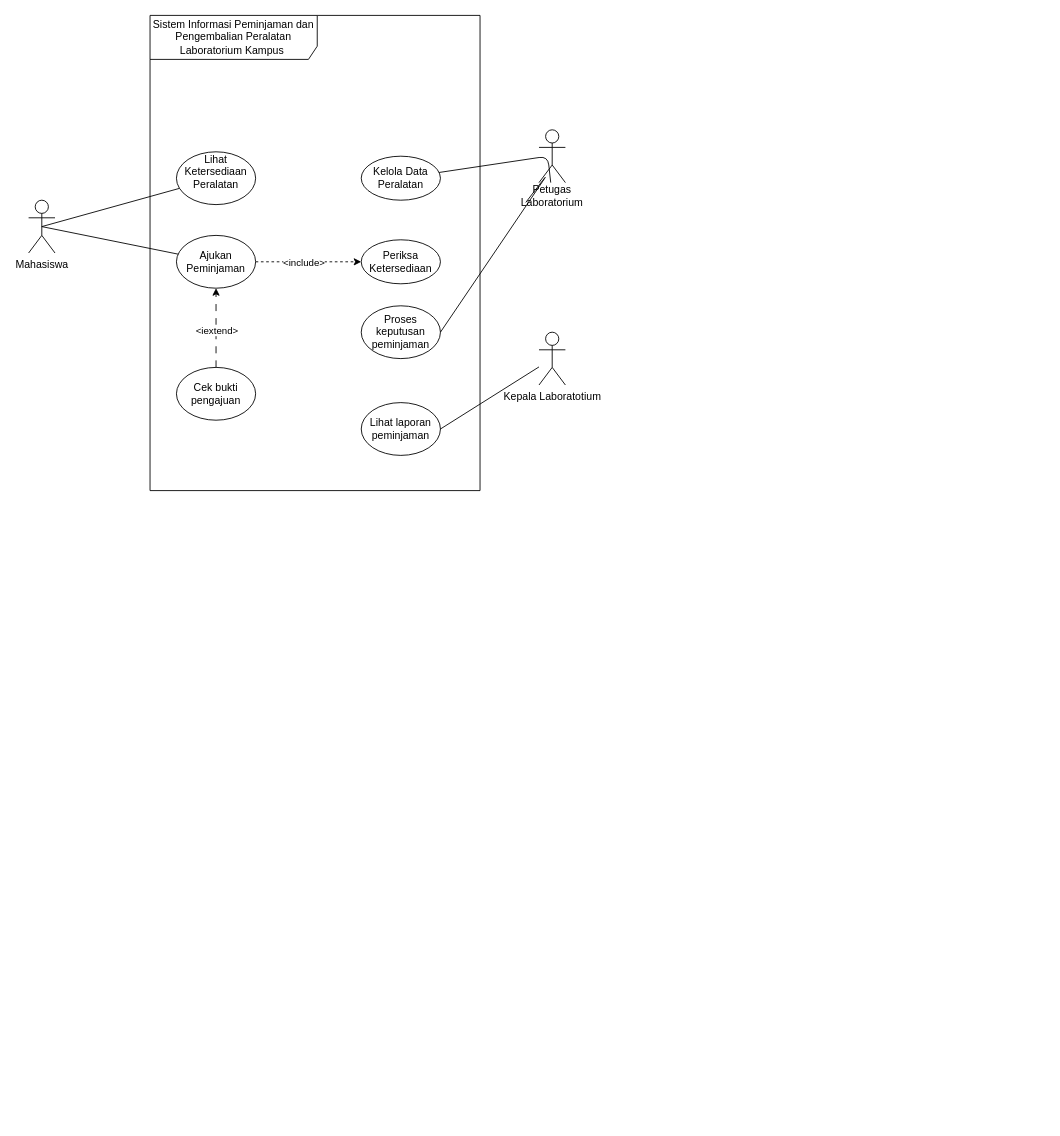
This is page "Page-1" (1 of 2) of 03_latihan_tools/P03/LAB/P04_2406069_LAB_usecase_v01.drawio from bylall/IFRWP5149_2406069_LabAlat, a draw.io file, before an edit. Source tidied: cells renumbered, new cells numbered last; positions are measured from the earlier drawing's top-left corner, leaving out a move shared by most shapes. Both pictures are drawn from the tidied source at 88%, with x=0, y=0 at pixel (28, 15).
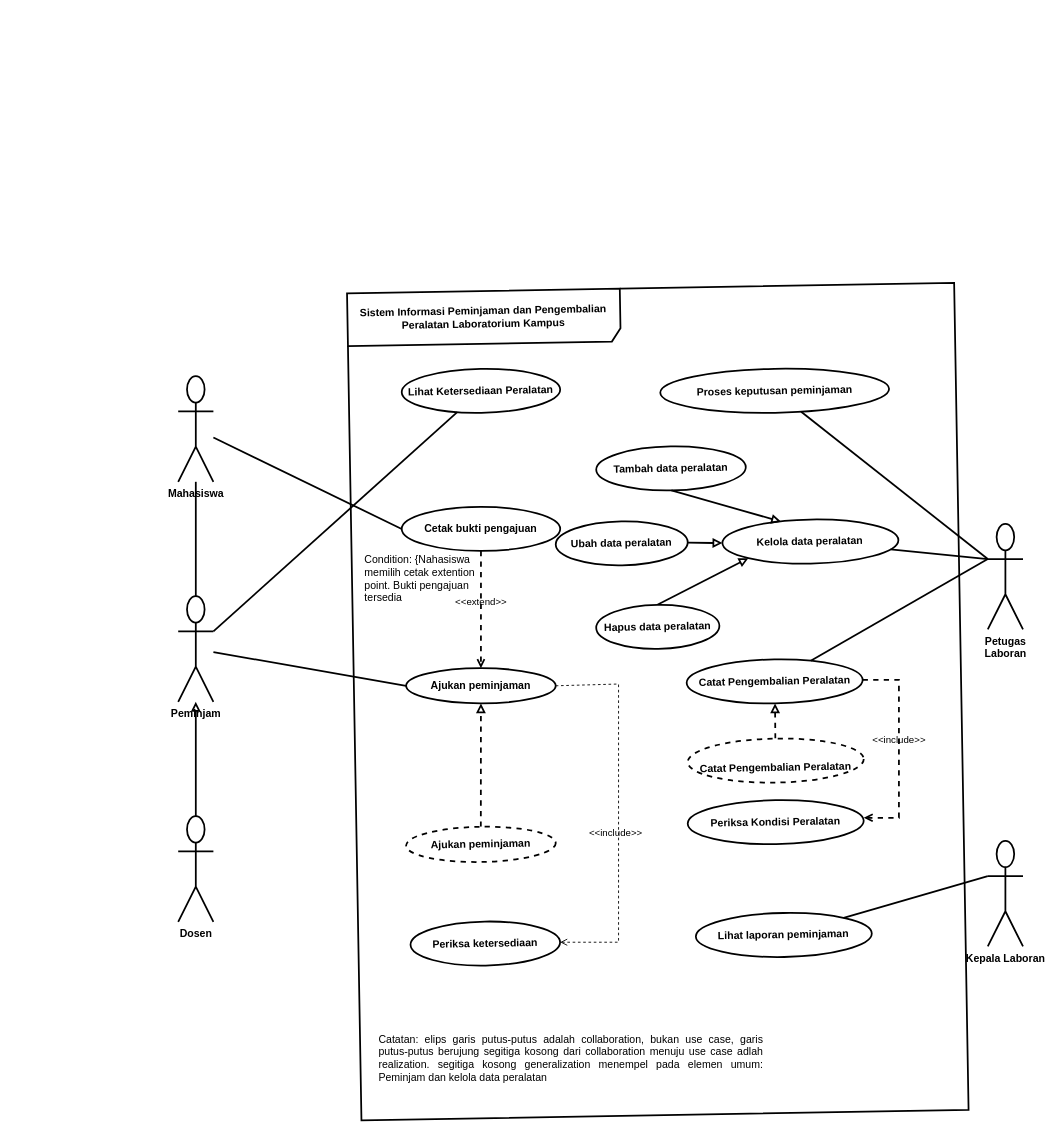
The same page after the edit.

What changed in the source:
```diff
@@
-    <mxCell id="2" value="Sistem Informasi Peminjaman dan Pengembalian Peralatan Laboratorium Kampus&amp;nbsp;" style="shape=umlFrame;whiteSpace=wrap;html=1;width=190;height=50;" parent="1" vertex="1">
-      <mxGeometry x="138" width="375" height="540" as="geometry" />
+    <mxCell id="2" value="Sistem Informasi Peminjaman dan Pengembalian Peralatan Laboratorium Kampus" style="shape=umlFrame;whiteSpace=wrap;html=1;width=310;fontStyle=1;strokeWidth=2;height=60;rotation=-1;" parent="1" vertex="1">
+      <mxGeometry x="370" y="309.8" width="690" height="940" as="geometry" />
     </mxCell>
-    <mxCell id="3" value="Lihat Ketersediaan Peralatan&lt;div&gt;&lt;br&gt;&lt;/div&gt;" style="ellipse;html=1;whiteSpace=wrap;" parent="2" vertex="1">
-      <mxGeometry x="30" y="155" width="90" height="60" as="geometry" />
+    <mxCell id="3" value="Lihat Ketersediaan Peralatan" style="ellipse;whiteSpace=wrap;html=1;shapeInside=1;fontStyle=1;strokeWidth=2;rotation=-1;" parent="2" vertex="1">
+      <mxGeometry x="54" y="91.8" width="180.1" height="50" as="geometry" />
     </mxCell>
-    <mxCell id="4" value="Kelola Data Peralatan" style="ellipse;html=1;whiteSpace=wrap;" parent="2" vertex="1">
-      <mxGeometry x="240" y="160" width="90" height="50" as="geometry" />
-    </mxCell>
-    <mxCell id="5" style="edgeStyle=none;html=1;dashed=1;" parent="2" edge="1" source="7" target="11">
-      <mxGeometry relative="1" as="geometry" />
-    </mxCell>
-    <mxCell id="6" value="&amp;lt;include&amp;gt;" style="edgeLabel;html=1;align=center;verticalAlign=middle;" parent="5" vertex="1">
-      <mxGeometry x="-0.1" y="-3" relative="1" as="geometry">
-        <mxPoint y="-3" as="offset" />
-      </mxGeometry>
-    </mxCell>
-    <mxCell id="7" value="Ajukan Peminjaman" style="ellipse;html=1;whiteSpace=wrap;" parent="2" vertex="1">
-      <mxGeometry x="30" y="250" width="90" height="60" as="geometry" />
-    </mxCell>
-    <mxCell id="8" style="edgeStyle=none;html=1;dashed=1;dashPattern=8 8;" parent="2" edge="1" source="10" target="7">
-      <mxGeometry relative="1" as="geometry" />
-    </mxCell>
-    <mxCell id="9" value="&amp;lt;iextend&amp;gt;" style="edgeLabel;html=1;align=center;verticalAlign=middle;" parent="8" vertex="1">
-      <mxGeometry x="-0.04" relative="1" as="geometry" />
-    </mxCell>
-    <mxCell id="10" value="Cek bukti pengajuan" style="ellipse;html=1;whiteSpace=wrap;" parent="2" vertex="1">
-      <mxGeometry x="30" y="400" width="90" height="60" as="geometry" />
-    </mxCell>
-    <mxCell id="11" value="Periksa Ketersediaan" style="ellipse;html=1;whiteSpace=wrap;" parent="2" vertex="1">
-      <mxGeometry x="240" y="255" width="90" height="50" as="geometry" />
-    </mxCell>
+    <mxCell id="23" value="Ajukan peminjaman" style="ellipse;whiteSpace=wrap;html=1;shapeInside=1;fontStyle=1;strokeWidth=2;rotation=0;" parent="2" vertex="1">
+      <mxGeometry x="59" y="432" width="170" height="40" as="geometry" />
+    </mxCell>
+    <mxCell id="24" value="Kelola data peralatan" style="ellipse;whiteSpace=wrap;html=1;shapeInside=1;fontStyle=1;strokeWidth=2;rotation=-1;" parent="2" vertex="1">
+      <mxGeometry x="418.4" y="263.1" width="200" height="50" as="geometry" />
+    </mxCell>
+    <mxCell id="25" value="Periksa ketersediaan" style="ellipse;whiteSpace=wrap;html=1;shapeInside=1;fontStyle=1;strokeWidth=2;rotation=-1;" parent="2" vertex="1">
+      <mxGeometry x="64" y="719.9" width="170" height="50" as="geometry" />
+    </mxCell>
+    <mxCell id="13" value="Lihat laporan peminjaman" style="ellipse;whiteSpace=wrap;html=1;shapeInside=1;fontStyle=1;strokeWidth=2;rotation=-1;" parent="2" vertex="1">
+      <mxGeometry x="388.2" y="710.2" width="200" height="50" as="geometry" />
+    </mxCell>
-    <mxCell id="12" value="Proses keputusan peminjaman" style="ellipse;html=1;whiteSpace=wrap;" parent="2" vertex="1">
-      <mxGeometry x="240" y="330" width="90" height="60" as="geometry" />
+    <mxCell id="12" value="Proses keputusan peminjaman" style="ellipse;whiteSpace=wrap;html=1;shapeInside=1;fontStyle=1;strokeWidth=2;rotation=-1;" parent="2" vertex="1">
+      <mxGeometry x="347.8" y="91.8" width="260" height="50" as="geometry" />
     </mxCell>
-    <mxCell id="13" value="Lihat laporan peminjaman" style="ellipse;html=1;whiteSpace=wrap;" parent="2" vertex="1">
-      <mxGeometry x="240" y="440" width="90" height="60" as="geometry" />
-    </mxCell>
-    <mxCell id="14" style="edgeStyle=none;html=1;exitX=0.5;exitY=0.5;exitDx=0;exitDy=0;exitPerimeter=0;endArrow=none;endFill=0;" parent="1" edge="1" source="16" target="3">
-      <mxGeometry relative="1" as="geometry" />
-    </mxCell>
-    <mxCell id="15" style="edgeStyle=none;html=1;exitX=0.5;exitY=0.5;exitDx=0;exitDy=0;exitPerimeter=0;endArrow=none;endFill=0;" parent="1" edge="1" source="16" target="7">
-      <mxGeometry relative="1" as="geometry" />
-    </mxCell>
+    <mxCell id="26" value="Cetak bukti pengajuan" style="ellipse;whiteSpace=wrap;html=1;shapeInside=1;fontStyle=1;strokeWidth=2;" parent="2" vertex="1">
+      <mxGeometry x="54" y="248.8" width="180.1" height="50" as="geometry" />
+    </mxCell>
+    <mxCell id="27" value="&amp;lt;&amp;lt;extend&amp;gt;&amp;gt;" style="html=1;verticalAlign=bottom;labelBackgroundColor=none;endArrow=open;endFill=0;dashed=1;rounded=0;exitX=0.5;exitY=1;exitDx=0;exitDy=0;entryX=0.5;entryY=0;entryDx=0;entryDy=0;strokeWidth=2;" parent="2" edge="1" source="26" target="23">
+      <mxGeometry relative="1" as="geometry" />
+    </mxCell>
+    <mxCell id="28" style="edgeStyle=none;html=1;entryX=0;entryY=1;entryDx=0;entryDy=0;endArrow=block;endFill=0;exitX=0.5;exitY=0;exitDx=0;exitDy=0;strokeWidth=2;" parent="2" edge="1" source="29" target="24">
+      <mxGeometry relative="1" as="geometry" />
+    </mxCell>
+    <mxCell id="29" value="Hapus data peralatan" style="ellipse;whiteSpace=wrap;html=1;shapeInside=1;fontStyle=1;strokeWidth=2;rotation=-1;" parent="2" vertex="1">
+      <mxGeometry x="275" y="360" width="140" height="50" as="geometry" />
+    </mxCell>
+    <mxCell id="30" style="edgeStyle=none;html=1;entryX=0;entryY=0.5;entryDx=0;entryDy=0;endArrow=block;endFill=0;strokeWidth=2;" parent="2" edge="1" source="31" target="24">
+      <mxGeometry relative="1" as="geometry" />
+    </mxCell>
+    <mxCell id="31" value="Ubah data peralatan" style="ellipse;whiteSpace=wrap;html=1;shapeInside=1;fontStyle=1;strokeWidth=2;rotation=-1;" parent="2" vertex="1">
+      <mxGeometry x="229" y="265.1" width="150" height="50" as="geometry" />
+    </mxCell>
+    <mxCell id="32" value="Tambah data peralatan" style="ellipse;whiteSpace=wrap;html=1;shapeInside=1;fontStyle=1;strokeWidth=2;rotation=-1;" parent="2" vertex="1">
+      <mxGeometry x="275" y="180" width="170" height="50" as="geometry" />
+    </mxCell>
+    <mxCell id="33" style="edgeStyle=none;html=1;dashed=1;endArrow=block;endFill=0;strokeWidth=2;" parent="2" edge="1" source="34" target="23">
+      <mxGeometry relative="1" as="geometry" />
+    </mxCell>
+    <mxCell id="34" value="Ajukan peminjaman" style="ellipse;whiteSpace=wrap;html=1;shapeInside=1;fontStyle=1;strokeWidth=2;rotation=-1;dashed=1;" parent="2" vertex="1">
+      <mxGeometry x="59" y="612.2" width="170" height="40" as="geometry" />
+    </mxCell>
+    <mxCell id="35" value="Catat Pengembalian Peralatan" style="ellipse;whiteSpace=wrap;html=1;shapeInside=1;fontStyle=1;strokeWidth=2;rotation=-1;" parent="2" vertex="1">
+      <mxGeometry x="377.8" y="422" width="200" height="50" as="geometry" />
+    </mxCell>
+    <mxCell id="36" style="edgeStyle=none;html=1;entryX=0.335;entryY=0.035;entryDx=0;entryDy=0;entryPerimeter=0;endArrow=block;endFill=0;exitX=0.5;exitY=1;exitDx=0;exitDy=0;strokeWidth=2;" parent="2" edge="1" source="32" target="24">
+      <mxGeometry relative="1" as="geometry" />
+    </mxCell>
+    <mxCell id="37" style="edgeStyle=none;html=1;dashed=1;endArrow=block;endFill=0;strokeWidth=2;" parent="2" edge="1" source="38" target="35">
+      <mxGeometry relative="1" as="geometry" />
+    </mxCell>
+    <mxCell id="38" value="&lt;br&gt;Catat Pengembalian Peralatan" style="ellipse;whiteSpace=wrap;html=1;shapeInside=1;fontStyle=1;strokeWidth=2;rotation=-1;dashed=1;" parent="2" vertex="1">
+      <mxGeometry x="379" y="512" width="200" height="50" as="geometry" />
+    </mxCell>
+    <mxCell id="39" value="Periksa Kondisi Peralatan" style="ellipse;whiteSpace=wrap;html=1;shapeInside=1;fontStyle=1;strokeWidth=2;rotation=-1;" parent="2" vertex="1">
+      <mxGeometry x="379" y="582" width="200" height="50" as="geometry" />
+    </mxCell>
+    <mxCell id="40" value="&amp;lt;&amp;lt;include&amp;gt;&amp;gt;" style="html=1;verticalAlign=bottom;labelBackgroundColor=none;endArrow=open;endFill=0;dashed=1;exitX=1;exitY=0.5;exitDx=0;exitDy=0;rounded=0;curved=0;strokeWidth=2;" parent="2" edge="1" source="35">
+      <mxGeometry x="-0.01" relative="1" as="geometry">
+        <mxPoint x="579" y="602" as="targetPoint" />
+        <Array as="points">
+          <mxPoint x="619" y="445.3" />
+          <mxPoint x="619" y="522" />
+          <mxPoint x="619" y="602" />
+        </Array>
+      </mxGeometry>
+    </mxCell>
+    <mxCell id="41" value="&amp;lt;&amp;lt;include&amp;gt;&amp;gt;" style="html=1;verticalAlign=bottom;labelBackgroundColor=none;endArrow=open;endFill=0;dashed=1;exitX=1;exitY=0.5;exitDx=0;exitDy=0;entryX=1;entryY=0.5;entryDx=0;entryDy=0;rounded=0;curved=0;" parent="2" edge="1" source="23" target="25">
+      <mxGeometry x="0.16" y="-3" relative="1" as="geometry">
+        <Array as="points">
+          <mxPoint x="300.4" y="450" />
+          <mxPoint x="300.4" y="562" />
+          <mxPoint x="300.4" y="743.4" />
+        </Array>
+      </mxGeometry>
+    </mxCell>
+    <mxCell id="42" value="&lt;div style=&quot;&quot;&gt;&lt;span style=&quot;background-color: transparent;&quot;&gt;Condition: {Nahasiswa memilih cetak extention point. Bukti pengajuan tersedia&lt;/span&gt;&lt;/div&gt;" style="text;html=1;whiteSpace=wrap;strokeColor=none;fillColor=none;align=left;verticalAlign=middle;rounded=0;fontStyle=0;" parent="2" vertex="1">
+      <mxGeometry x="10.4" y="315.1" width="133.6" height="30" as="geometry" />
+    </mxCell>
+    <mxCell id="43" value="&lt;div style=&quot;text-align: justify;&quot;&gt;&lt;span style=&quot;background-color: transparent;&quot;&gt;Catatan: elips garis putus-putus adalah collaboration, bukan use case, garis putus-putus berujung segitiga kosong dari collaboration menuju use case adlah realization. segitiga kosong generalization menempel pada elemen umum: Peminjam dan kelola data peralatan&lt;/span&gt;&lt;/div&gt;" style="text;html=1;whiteSpace=wrap;strokeColor=none;fillColor=none;align=center;verticalAlign=middle;rounded=0;" parent="2" vertex="1">
+      <mxGeometry x="27.3" y="860" width="439.3" height="30" as="geometry" />
+    </mxCell>
+    <mxCell id="44" style="edgeStyle=none;curved=1;rounded=0;jettySize=auto;html=1;fontSize=12;startSize=8;endSize=8;exitX=1;exitY=0.3333333333333333;exitDx=0;exitDy=0;exitPerimeter=0;endArrow=none;endFill=0;fontStyle=1;strokeWidth=2;" parent="1" edge="1" source="46" target="3">
+      <mxGeometry relative="1" as="geometry" />
+    </mxCell>
+    <mxCell id="45" style="edgeStyle=none;html=1;exitX=0.5;exitY=0;exitDx=0;exitDy=0;exitPerimeter=0;endArrow=none;endFill=0;strokeWidth=2;" parent="1" edge="1" source="46" target="16">
+      <mxGeometry relative="1" as="geometry" />
+    </mxCell>
+    <mxCell id="46" value="Peminjam" style="shape=umlActor;verticalLabelPosition=bottom;verticalAlign=top;html=1;fontStyle=1;strokeWidth=2;" parent="1" vertex="1">
+      <mxGeometry x="170" y="660" width="40" height="120" as="geometry" />
+    </mxCell>
+    <mxCell id="47" style="edgeStyle=none;curved=1;rounded=0;curveGeometry=1;jettySize=auto;html=1;fontSize=12;startSize=8;endSize=8;strokeWidth=2;endArrow=none;endFill=0;exitX=0;exitY=0.3333333333333333;exitDx=0;exitDy=0;exitPerimeter=0;" parent="1" edge="1" source="49" target="24">
+      <mxGeometry relative="1" as="geometry" />
+    </mxCell>
+    <mxCell id="48" style="edgeStyle=none;html=1;endArrow=none;endFill=0;exitX=0;exitY=0.3333333333333333;exitDx=0;exitDy=0;exitPerimeter=0;strokeWidth=2;" parent="1" edge="1" source="49" target="35">
+      <mxGeometry relative="1" as="geometry" />
+    </mxCell>
+    <mxCell id="49" value="Petugas&lt;div&gt;Laboran&lt;/div&gt;" style="shape=umlActor;verticalLabelPosition=bottom;verticalAlign=top;html=1;fontStyle=1;strokeWidth=2;" parent="1" vertex="1">
+      <mxGeometry x="1090" y="577.8" width="40" height="120" as="geometry" />
+    </mxCell>
+    <mxCell id="50" style="edgeStyle=none;curved=1;rounded=0;curveGeometry=1;jettySize=auto;html=1;entryX=0;entryY=0.5;entryDx=0;entryDy=0;fontSize=12;startSize=8;endSize=8;strokeWidth=2;endArrow=none;endFill=0;" parent="1" edge="1" source="46" target="23">
+      <mxGeometry relative="1" as="geometry" />
+    </mxCell>
+    <mxCell id="51" style="edgeStyle=none;curved=1;rounded=0;curveGeometry=1;jettySize=auto;html=1;fontSize=12;startSize=8;endSize=8;strokeWidth=2;endArrow=none;endFill=0;exitX=0;exitY=0.3333333333333333;exitDx=0;exitDy=0;exitPerimeter=0;" parent="1" edge="1" source="53" target="13">
+      <mxGeometry relative="1" as="geometry" />
+    </mxCell>
+    <mxCell id="52" style="edgeStyle=none;curved=1;rounded=0;curveGeometry=1;jettySize=auto;html=1;fontSize=12;startSize=8;endSize=8;strokeWidth=2;endArrow=none;endFill=0;exitX=0;exitY=0.3333333333333333;exitDx=0;exitDy=0;exitPerimeter=0;" parent="1" edge="1" source="49" target="12">
+      <mxGeometry relative="1" as="geometry" />
+    </mxCell>
+    <mxCell id="53" value="Kepala Laboran" style="shape=umlActor;verticalLabelPosition=bottom;verticalAlign=top;html=1;fontStyle=1;strokeWidth=2;" parent="1" vertex="1">
+      <mxGeometry x="1090" y="938" width="40" height="120" as="geometry" />
+    </mxCell>
+    <mxCell id="54" style="edgeStyle=none;html=1;endArrow=block;endFill=0;strokeWidth=2;" parent="1" edge="1" source="55">
+      <mxGeometry relative="1" as="geometry">
+        <mxPoint x="190" y="780" as="targetPoint" />
+      </mxGeometry>
+    </mxCell>
+    <mxCell id="55" value="Dosen" style="shape=umlActor;verticalLabelPosition=bottom;verticalAlign=top;html=1;fontStyle=1;strokeWidth=2;" parent="1" vertex="1">
+      <mxGeometry x="170" y="910" width="40" height="120" as="geometry" />
+    </mxCell>
+    <mxCell id="56" style="edgeStyle=none;html=1;entryX=0;entryY=0.5;entryDx=0;entryDy=0;endArrow=none;endFill=0;strokeWidth=2;" parent="1" edge="1" source="16" target="26">
+      <mxGeometry relative="1" as="geometry" />
+    </mxCell>
-    <mxCell id="16" value="Mahasiswa" style="shape=umlActor;verticalLabelPosition=bottom;verticalAlign=top;html=1;" parent="1" vertex="1">
-      <mxGeometry y="210" width="30" height="60" as="geometry" />
+    <mxCell id="16" value="Mahasiswa" style="shape=umlActor;verticalLabelPosition=bottom;verticalAlign=top;html=1;fontStyle=1;strokeWidth=2;" parent="1" vertex="1">
+      <mxGeometry x="170" y="410" width="40" height="120" as="geometry" />
     </mxCell>
-    <mxCell id="17" style="shape=umlActor;verticalLabelPosition=bottom;verticalAlign=top;html=1;" parent="1" vertex="1">
-      <mxGeometry x="580" y="130" width="30" height="60" as="geometry" />
-    </mxCell>
-    <mxCell id="18" style="edgeStyle=none;html=1;entryX=1;entryY=0.5;entryDx=0;entryDy=0;endArrow=none;endFill=0;" parent="1" edge="1" source="19" target="13">
-      <mxGeometry relative="1" as="geometry" />
-    </mxCell>
-    <mxCell id="19" value="Kepala Laboratotium&lt;div&gt;&lt;br&gt;&lt;/div&gt;" style="shape=umlActor;verticalLabelPosition=bottom;verticalAlign=top;html=1;" parent="1" vertex="1">
-      <mxGeometry x="580" y="360" width="30" height="60" as="geometry" />
-    </mxCell>
-    <mxCell id="20" style="edgeStyle=none;html=1;endArrow=none;endFill=0;" parent="1" edge="1" source="22" target="4">
-      <mxGeometry relative="1" as="geometry">
-        <Array as="points">
-          <mxPoint x="590" y="160" />
-        </Array>
-      </mxGeometry>
-    </mxCell>
-    <mxCell id="21" style="edgeStyle=none;html=1;exitX=0;exitY=0.75;exitDx=0;exitDy=0;entryX=1;entryY=0.5;entryDx=0;entryDy=0;endArrow=none;endFill=0;" parent="1" edge="1" source="22" target="12">
-      <mxGeometry relative="1" as="geometry">
-        <Array as="points">
-          <mxPoint x="590" y="180" />
-        </Array>
-      </mxGeometry>
-    </mxCell>
-    <mxCell id="22" value="Petugas Laboratorium" style="text;html=1;whiteSpace=wrap;strokeColor=none;fillColor=none;align=center;verticalAlign=middle;rounded=0;" parent="1" vertex="1">
-      <mxGeometry x="565" y="190" width="60" height="30" as="geometry" />
-    </mxCell>
```
